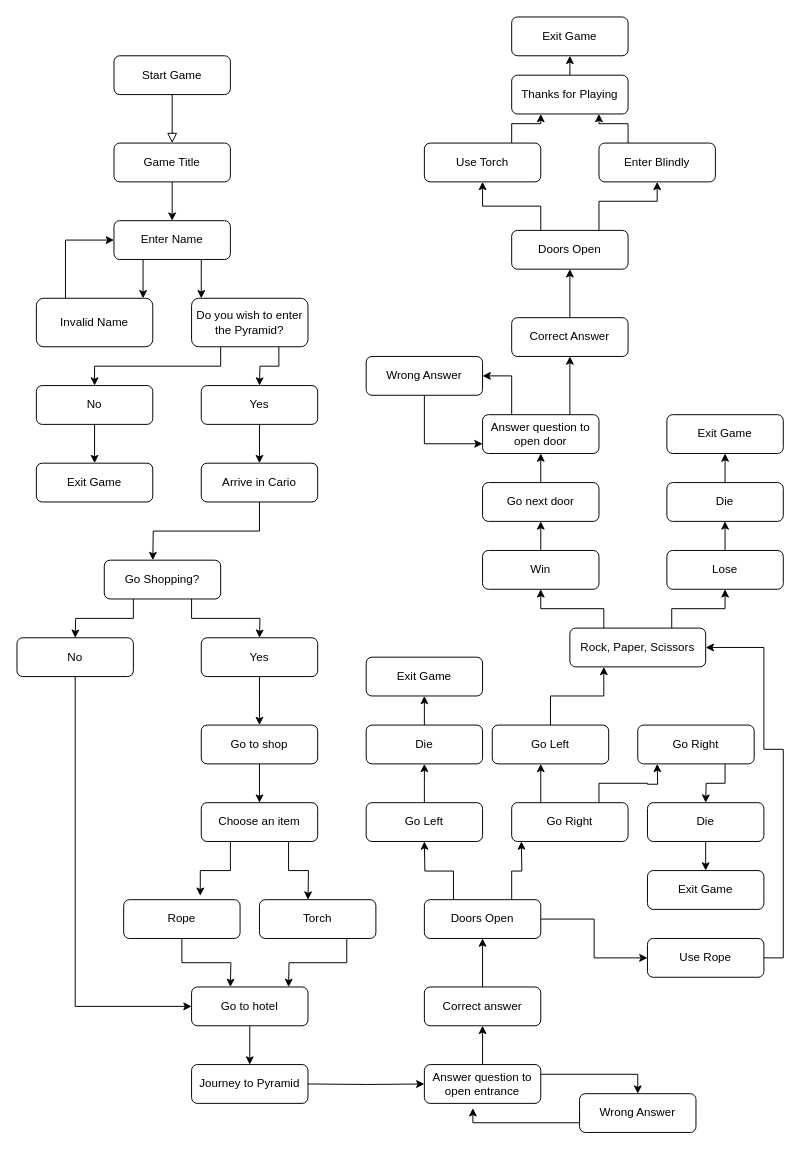
Before: Untitled Diagram.drawio in ogc1231/puzzle-pyramid, a draw.io diagram. Source tidied: cells renumbered, new cells numbered last; positions are measured from the earlier drawing's top-left corner, leaving out a move shared by most shapes. Both pictures are drawn from the tidied source at 97%, with x=0, y=0 at pixel (16, 16).
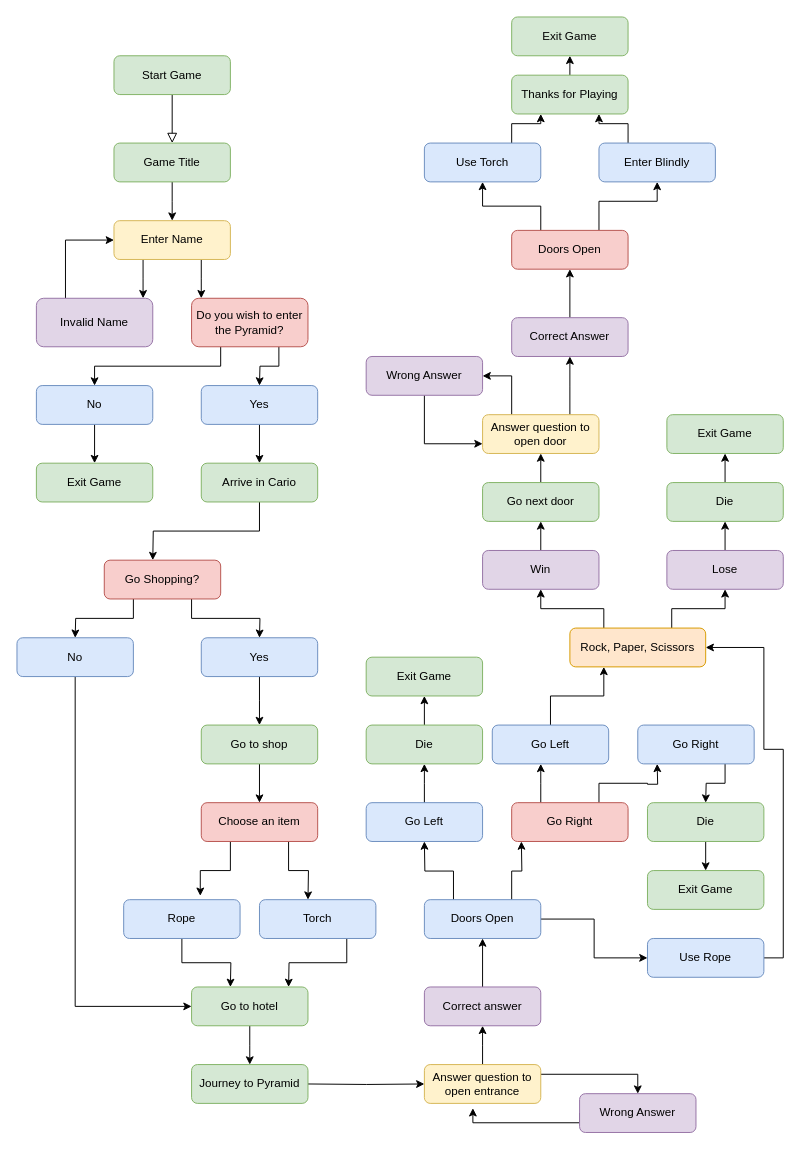
After the change.

What changed in the source:
```diff
@@
-    <mxCell id="3" value="Start Game" style="rounded=1;whiteSpace=wrap;html=1;fontSize=12;glass=0;strokeWidth=1;shadow=0;" parent="1" vertex="1">
+    <mxCell id="3" value="Start Game" style="rounded=1;whiteSpace=wrap;html=1;fontSize=12;glass=0;strokeWidth=1;shadow=0;fillColor=#d5e8d4;strokeColor=#82b366;" parent="1" vertex="1">
       <mxGeometry x="100" y="40" width="120" height="40" as="geometry" />
     </mxCell>
@@
-    <mxCell id="5" value="Game Title" style="rounded=1;whiteSpace=wrap;html=1;fontSize=12;glass=0;strokeWidth=1;shadow=0;" parent="1" vertex="1">
+    <mxCell id="5" value="Game Title" style="rounded=1;whiteSpace=wrap;html=1;fontSize=12;glass=0;strokeWidth=1;shadow=0;fillColor=#d5e8d4;strokeColor=#82b366;" parent="1" vertex="1">
       <mxGeometry x="100" y="130" width="120" height="40" as="geometry" />
     </mxCell>
@@
-    <mxCell id="8" value="Enter Name" style="rounded=1;whiteSpace=wrap;html=1;fontSize=12;glass=0;strokeWidth=1;shadow=0;" parent="1" vertex="1">
+    <mxCell id="8" value="Enter Name" style="rounded=1;whiteSpace=wrap;html=1;fontSize=12;glass=0;strokeWidth=1;shadow=0;fillColor=#fff2cc;strokeColor=#d6b656;" parent="1" vertex="1">
       <mxGeometry x="100" y="210" width="120" height="40" as="geometry" />
     </mxCell>
@@
-    <mxCell id="10" value="Invalid Name" style="rounded=1;whiteSpace=wrap;html=1;" parent="1" vertex="1">
+    <mxCell id="10" value="Invalid Name" style="rounded=1;whiteSpace=wrap;html=1;fillColor=#e1d5e7;strokeColor=#9673a6;" parent="1" vertex="1">
       <mxGeometry x="20" y="290" width="120" height="50" as="geometry" />
     </mxCell>
@@
-    <mxCell id="13" value="Do you wish to enter the Pyramid?" style="rounded=1;whiteSpace=wrap;html=1;" parent="1" vertex="1">
+    <mxCell id="13" value="Do you wish to enter the Pyramid?" style="rounded=1;whiteSpace=wrap;html=1;fillColor=#f8cecc;strokeColor=#b85450;" parent="1" vertex="1">
       <mxGeometry x="180" y="290" width="120" height="50" as="geometry" />
     </mxCell>
@@
-    <mxCell id="15" value="No" style="rounded=1;whiteSpace=wrap;html=1;" parent="1" vertex="1">
+    <mxCell id="15" value="No" style="rounded=1;whiteSpace=wrap;html=1;fillColor=#dae8fc;strokeColor=#6c8ebf;" parent="1" vertex="1">
       <mxGeometry x="20" y="380" width="120" height="40" as="geometry" />
     </mxCell>
-    <mxCell id="16" value="Exit Game" style="rounded=1;whiteSpace=wrap;html=1;" parent="1" vertex="1">
+    <mxCell id="16" value="Exit Game" style="rounded=1;whiteSpace=wrap;html=1;fillColor=#d5e8d4;strokeColor=#82b366;" parent="1" vertex="1">
       <mxGeometry x="20" y="460" width="120" height="40" as="geometry" />
     </mxCell>
@@
-    <mxCell id="18" value="Yes" style="rounded=1;whiteSpace=wrap;html=1;" parent="1" vertex="1">
+    <mxCell id="18" value="Yes" style="rounded=1;whiteSpace=wrap;html=1;fillColor=#dae8fc;strokeColor=#6c8ebf;" parent="1" vertex="1">
       <mxGeometry x="190" y="380" width="120" height="40" as="geometry" />
     </mxCell>
@@
-    <mxCell id="20" value="Arrive in Cario" style="rounded=1;whiteSpace=wrap;html=1;" parent="1" vertex="1">
+    <mxCell id="20" value="Arrive in Cario" style="rounded=1;whiteSpace=wrap;html=1;fillColor=#d5e8d4;strokeColor=#82b366;" parent="1" vertex="1">
       <mxGeometry x="190" y="460" width="120" height="40" as="geometry" />
     </mxCell>
@@
-    <mxCell id="23" value="Go Shopping?" style="rounded=1;whiteSpace=wrap;html=1;" parent="1" vertex="1">
+    <mxCell id="23" value="Go Shopping?" style="rounded=1;whiteSpace=wrap;html=1;fillColor=#f8cecc;strokeColor=#b85450;" parent="1" vertex="1">
       <mxGeometry x="90" y="560" width="120" height="40" as="geometry" />
     </mxCell>
@@
-    <mxCell id="25" value="No" style="rounded=1;whiteSpace=wrap;html=1;" parent="1" vertex="1">
+    <mxCell id="25" value="No" style="rounded=1;whiteSpace=wrap;html=1;fillColor=#dae8fc;strokeColor=#6c8ebf;" parent="1" vertex="1">
       <mxGeometry y="640" width="120" height="40" as="geometry" />
     </mxCell>
@@
-    <mxCell id="27" value="Yes" style="rounded=1;whiteSpace=wrap;html=1;" parent="1" vertex="1">
+    <mxCell id="27" value="Yes" style="rounded=1;whiteSpace=wrap;html=1;fillColor=#dae8fc;strokeColor=#6c8ebf;" parent="1" vertex="1">
       <mxGeometry x="190" y="640" width="120" height="40" as="geometry" />
     </mxCell>
@@
-    <mxCell id="30" value="Choose an item" style="rounded=1;whiteSpace=wrap;html=1;" parent="1" vertex="1">
+    <mxCell id="30" value="Choose an item" style="rounded=1;whiteSpace=wrap;html=1;fillColor=#f8cecc;strokeColor=#b85450;" parent="1" vertex="1">
       <mxGeometry x="190" y="810" width="120" height="40" as="geometry" />
     </mxCell>
@@
-    <mxCell id="32" value="Rope" style="rounded=1;whiteSpace=wrap;html=1;" parent="1" vertex="1">
+    <mxCell id="32" value="Rope" style="rounded=1;whiteSpace=wrap;html=1;fillColor=#dae8fc;strokeColor=#6c8ebf;" parent="1" vertex="1">
       <mxGeometry x="110" y="910" width="120" height="40" as="geometry" />
     </mxCell>
@@
-    <mxCell id="35" value="Torch" style="rounded=1;whiteSpace=wrap;html=1;" parent="1" vertex="1">
+    <mxCell id="35" value="Torch" style="rounded=1;whiteSpace=wrap;html=1;fillColor=#dae8fc;strokeColor=#6c8ebf;" parent="1" vertex="1">
       <mxGeometry x="250" y="910" width="120" height="40" as="geometry" />
     </mxCell>
@@
-    <mxCell id="37" value="Go to shop" style="rounded=1;whiteSpace=wrap;html=1;" parent="1" vertex="1">
+    <mxCell id="37" value="Go to shop" style="rounded=1;whiteSpace=wrap;html=1;fillColor=#d5e8d4;strokeColor=#82b366;" parent="1" vertex="1">
       <mxGeometry x="190" y="730" width="120" height="40" as="geometry" />
     </mxCell>
@@
-    <mxCell id="39" value="Go to hotel" style="rounded=1;whiteSpace=wrap;html=1;" parent="1" vertex="1">
+    <mxCell id="39" value="Go to hotel" style="rounded=1;whiteSpace=wrap;html=1;fillColor=#d5e8d4;strokeColor=#82b366;" parent="1" vertex="1">
       <mxGeometry x="180" y="1000" width="120" height="40" as="geometry" />
     </mxCell>
@@
-    <mxCell id="41" value="Journey to Pyramid" style="rounded=1;whiteSpace=wrap;html=1;" parent="1" vertex="1">
+    <mxCell id="41" value="Journey to Pyramid" style="rounded=1;whiteSpace=wrap;html=1;fillColor=#d5e8d4;strokeColor=#82b366;" parent="1" vertex="1">
       <mxGeometry x="180" y="1080" width="120" height="40" as="geometry" />
     </mxCell>
@@
-    <mxCell id="44" value="Answer question to open entrance" style="rounded=1;whiteSpace=wrap;html=1;" parent="1" vertex="1">
+    <mxCell id="44" value="Answer question to open entrance" style="rounded=1;whiteSpace=wrap;html=1;fillColor=#fff2cc;strokeColor=#d6b656;" parent="1" vertex="1">
       <mxGeometry x="420" y="1080" width="120" height="40" as="geometry" />
     </mxCell>
@@
-    <mxCell id="46" value="Wrong Answer" style="rounded=1;whiteSpace=wrap;html=1;" parent="1" vertex="1">
+    <mxCell id="46" value="Wrong Answer" style="rounded=1;whiteSpace=wrap;html=1;fillColor=#e1d5e7;strokeColor=#9673a6;" parent="1" vertex="1">
       <mxGeometry x="580" y="1110" width="120" height="40" as="geometry" />
     </mxCell>
@@
-    <mxCell id="48" value="Correct answer" style="rounded=1;whiteSpace=wrap;html=1;" parent="1" vertex="1">
+    <mxCell id="48" value="Correct answer" style="rounded=1;whiteSpace=wrap;html=1;fillColor=#e1d5e7;strokeColor=#9673a6;" parent="1" vertex="1">
       <mxGeometry x="420" y="1000" width="120" height="40" as="geometry" />
     </mxCell>
@@
-    <mxCell id="52" value="Doors Open" style="rounded=1;whiteSpace=wrap;html=1;" parent="1" vertex="1">
+    <mxCell id="52" value="Doors Open" style="rounded=1;whiteSpace=wrap;html=1;fillColor=#dae8fc;strokeColor=#6c8ebf;" parent="1" vertex="1">
       <mxGeometry x="420" y="910" width="120" height="40" as="geometry" />
     </mxCell>
@@
-    <mxCell id="54" value="Use Rope" style="rounded=1;whiteSpace=wrap;html=1;" parent="1" vertex="1">
+    <mxCell id="54" value="Use Rope" style="rounded=1;whiteSpace=wrap;html=1;fillColor=#dae8fc;strokeColor=#6c8ebf;" parent="1" vertex="1">
       <mxGeometry x="650" y="950" width="120" height="40" as="geometry" />
     </mxCell>
@@
-    <mxCell id="56" value="Go Left" style="rounded=1;whiteSpace=wrap;html=1;" parent="1" vertex="1">
+    <mxCell id="56" value="Go Left" style="rounded=1;whiteSpace=wrap;html=1;fillColor=#dae8fc;strokeColor=#6c8ebf;" parent="1" vertex="1">
       <mxGeometry x="360" y="810" width="120" height="40" as="geometry" />
     </mxCell>
@@
-    <mxCell id="59" value="Go Right" style="rounded=1;whiteSpace=wrap;html=1;" parent="1" vertex="1">
+    <mxCell id="59" value="Go Right" style="rounded=1;whiteSpace=wrap;html=1;fillColor=#f8cecc;strokeColor=#b85450;" parent="1" vertex="1">
       <mxGeometry x="510" y="810" width="120" height="40" as="geometry" />
     </mxCell>
@@
-    <mxCell id="61" value="Die" style="rounded=1;whiteSpace=wrap;html=1;" parent="1" vertex="1">
+    <mxCell id="61" value="Die" style="rounded=1;whiteSpace=wrap;html=1;fillColor=#d5e8d4;strokeColor=#82b366;" parent="1" vertex="1">
       <mxGeometry x="360" y="730" width="120" height="40" as="geometry" />
     </mxCell>
-    <mxCell id="62" value="Exit Game" style="rounded=1;whiteSpace=wrap;html=1;" parent="1" vertex="1">
+    <mxCell id="62" value="Exit Game" style="rounded=1;whiteSpace=wrap;html=1;fillColor=#d5e8d4;strokeColor=#82b366;" parent="1" vertex="1">
       <mxGeometry x="360" y="660" width="120" height="40" as="geometry" />
     </mxCell>
@@
-    <mxCell id="64" value="Go Left" style="rounded=1;whiteSpace=wrap;html=1;" parent="1" vertex="1">
+    <mxCell id="64" value="Go Left" style="rounded=1;whiteSpace=wrap;html=1;fillColor=#dae8fc;strokeColor=#6c8ebf;" parent="1" vertex="1">
       <mxGeometry x="490" y="730" width="120" height="40" as="geometry" />
     </mxCell>
@@
-    <mxCell id="66" value="Go Right" style="rounded=1;whiteSpace=wrap;html=1;" parent="1" vertex="1">
+    <mxCell id="66" value="Go Right" style="rounded=1;whiteSpace=wrap;html=1;fillColor=#dae8fc;strokeColor=#6c8ebf;" parent="1" vertex="1">
       <mxGeometry x="640" y="730" width="120" height="40" as="geometry" />
     </mxCell>
@@
-    <mxCell id="68" value="Die" style="rounded=1;whiteSpace=wrap;html=1;" parent="1" vertex="1">
+    <mxCell id="68" value="Die" style="rounded=1;whiteSpace=wrap;html=1;fillColor=#d5e8d4;strokeColor=#82b366;" parent="1" vertex="1">
       <mxGeometry x="650" y="810" width="120" height="40" as="geometry" />
     </mxCell>
-    <mxCell id="69" value="Exit Game" style="rounded=1;whiteSpace=wrap;html=1;" parent="1" vertex="1">
+    <mxCell id="69" value="Exit Game" style="rounded=1;whiteSpace=wrap;html=1;fillColor=#d5e8d4;strokeColor=#82b366;" parent="1" vertex="1">
       <mxGeometry x="650" y="880" width="120" height="40" as="geometry" />
     </mxCell>
@@
-    <mxCell id="72" value="Rock, Paper, Scissors" style="rounded=1;whiteSpace=wrap;html=1;" parent="1" vertex="1">
+    <mxCell id="72" value="Rock, Paper, Scissors" style="rounded=1;whiteSpace=wrap;html=1;fillColor=#ffe6cc;strokeColor=#d79b00;" parent="1" vertex="1">
       <mxGeometry x="570" y="630" width="140" height="40" as="geometry" />
     </mxCell>
@@
-    <mxCell id="74" value="Win" style="rounded=1;whiteSpace=wrap;html=1;" parent="1" vertex="1">
+    <mxCell id="74" value="Win" style="rounded=1;whiteSpace=wrap;html=1;fillColor=#e1d5e7;strokeColor=#9673a6;" parent="1" vertex="1">
       <mxGeometry x="480" y="550" width="120" height="40" as="geometry" />
     </mxCell>
@@
-    <mxCell id="76" value="Lose" style="rounded=1;whiteSpace=wrap;html=1;" parent="1" vertex="1">
+    <mxCell id="76" value="Lose" style="rounded=1;whiteSpace=wrap;html=1;fillColor=#e1d5e7;strokeColor=#9673a6;" parent="1" vertex="1">
       <mxGeometry x="670" y="550" width="120" height="40" as="geometry" />
     </mxCell>
@@
-    <mxCell id="78" value="Die" style="rounded=1;whiteSpace=wrap;html=1;" parent="1" vertex="1">
+    <mxCell id="78" value="Die" style="rounded=1;whiteSpace=wrap;html=1;fillColor=#d5e8d4;strokeColor=#82b366;" parent="1" vertex="1">
       <mxGeometry x="670" y="480" width="120" height="40" as="geometry" />
     </mxCell>
-    <mxCell id="79" value="Exit Game" style="rounded=1;whiteSpace=wrap;html=1;" parent="1" vertex="1">
+    <mxCell id="79" value="Exit Game" style="rounded=1;whiteSpace=wrap;html=1;fillColor=#d5e8d4;strokeColor=#82b366;" parent="1" vertex="1">
       <mxGeometry x="670" y="410" width="120" height="40" as="geometry" />
     </mxCell>
@@
-    <mxCell id="81" value="Go next door" style="rounded=1;whiteSpace=wrap;html=1;" parent="1" vertex="1">
+    <mxCell id="81" value="Go next door" style="rounded=1;whiteSpace=wrap;html=1;fillColor=#d5e8d4;strokeColor=#82b366;" parent="1" vertex="1">
       <mxGeometry x="480" y="480" width="120" height="40" as="geometry" />
     </mxCell>
@@
-    <mxCell id="84" value="Answer question to open door" style="rounded=1;whiteSpace=wrap;html=1;" parent="1" vertex="1">
+    <mxCell id="84" value="Answer question to open door" style="rounded=1;whiteSpace=wrap;html=1;fillColor=#fff2cc;strokeColor=#d6b656;" parent="1" vertex="1">
       <mxGeometry x="480" y="410" width="120" height="40" as="geometry" />
     </mxCell>
@@
-    <mxCell id="86" value="Wrong Answer" style="rounded=1;whiteSpace=wrap;html=1;" parent="1" vertex="1">
+    <mxCell id="86" value="Wrong Answer" style="rounded=1;whiteSpace=wrap;html=1;fillColor=#e1d5e7;strokeColor=#9673a6;" parent="1" vertex="1">
       <mxGeometry x="360" y="350" width="120" height="40" as="geometry" />
     </mxCell>
@@
-    <mxCell id="88" value="Correct Answer" style="rounded=1;whiteSpace=wrap;html=1;" parent="1" vertex="1">
+    <mxCell id="88" value="Correct Answer" style="rounded=1;whiteSpace=wrap;html=1;fillColor=#e1d5e7;strokeColor=#9673a6;" parent="1" vertex="1">
       <mxGeometry x="510" y="310" width="120" height="40" as="geometry" />
     </mxCell>
@@
-    <mxCell id="91" value="Doors Open" style="rounded=1;whiteSpace=wrap;html=1;" parent="1" vertex="1">
+    <mxCell id="91" value="Doors Open" style="rounded=1;whiteSpace=wrap;html=1;fillColor=#f8cecc;strokeColor=#b85450;" parent="1" vertex="1">
       <mxGeometry x="510" y="220" width="120" height="40" as="geometry" />
     </mxCell>
@@
-    <mxCell id="93" value="Use Torch" style="rounded=1;whiteSpace=wrap;html=1;" parent="1" vertex="1">
+    <mxCell id="93" value="Use Torch" style="rounded=1;whiteSpace=wrap;html=1;fillColor=#dae8fc;strokeColor=#6c8ebf;" parent="1" vertex="1">
       <mxGeometry x="420" y="130" width="120" height="40" as="geometry" />
     </mxCell>
@@
-    <mxCell id="95" value="Enter Blindly" style="rounded=1;whiteSpace=wrap;html=1;" parent="1" vertex="1">
+    <mxCell id="95" value="Enter Blindly" style="rounded=1;whiteSpace=wrap;html=1;fillColor=#dae8fc;strokeColor=#6c8ebf;" parent="1" vertex="1">
       <mxGeometry x="600" y="130" width="120" height="40" as="geometry" />
     </mxCell>
@@
-    <mxCell id="97" value="Thanks for Playing" style="rounded=1;whiteSpace=wrap;html=1;" parent="1" vertex="1">
+    <mxCell id="97" value="Thanks for Playing" style="rounded=1;whiteSpace=wrap;html=1;fillColor=#d5e8d4;strokeColor=#82b366;" parent="1" vertex="1">
       <mxGeometry x="510" y="60" width="120" height="40" as="geometry" />
     </mxCell>
-    <mxCell id="98" value="Exit Game" style="rounded=1;whiteSpace=wrap;html=1;" parent="1" vertex="1">
+    <mxCell id="98" value="Exit Game" style="rounded=1;whiteSpace=wrap;html=1;fillColor=#d5e8d4;strokeColor=#82b366;" parent="1" vertex="1">
       <mxGeometry x="510" width="120" height="40" as="geometry" />
     </mxCell>
```
